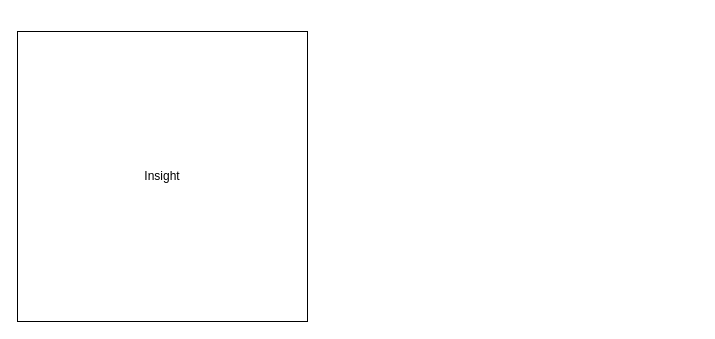
This is 百源.drawio from ChrisFynnWang/algorithm, a draw.io file, before an edit. Source tidied: cells renumbered, new cells numbered last; positions are measured from the earlier drawing's top-left corner, leaving out a move shared by most shapes. Both pictures are drawn from the tidied source at 100%, with x=0, y=0 at pixel (17, 31).
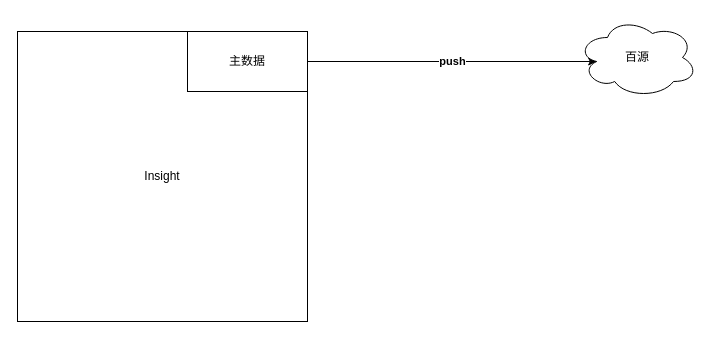
Above is the later version.

Diff of the diagram source:
```diff
@@
 <mxGraphModel>
   <root>
     <mxCell id="0" />
     <mxCell id="1" parent="0" />
     <mxCell id="2" value="Insight" style="whiteSpace=wrap;html=1;" parent="1" vertex="1">
       <mxGeometry width="290" height="290" as="geometry" />
     </mxCell>
+    <mxCell id="3" value="&lt;b&gt;push&lt;/b&gt;" style="edgeStyle=orthogonalEdgeStyle;rounded=0;jettySize=auto;html=1;entryX=0.16;entryY=0.55;entryDx=0;entryDy=0;entryPerimeter=0;" parent="1" edge="1" source="4" target="5">
+      <mxGeometry relative="1" as="geometry" />
+    </mxCell>
+    <mxCell id="4" value="主数据" style="rounded=0;whiteSpace=wrap;html=1;" parent="1" vertex="1">
+      <mxGeometry x="170" width="120" height="60" as="geometry" />
+    </mxCell>
+    <mxCell id="5" value="百源" style="ellipse;shape=cloud;whiteSpace=wrap;html=1;" parent="1" vertex="1">
+      <mxGeometry x="560" y="-14" width="120" height="80" as="geometry" />
+    </mxCell>
   </root>
 </mxGraphModel>
```
